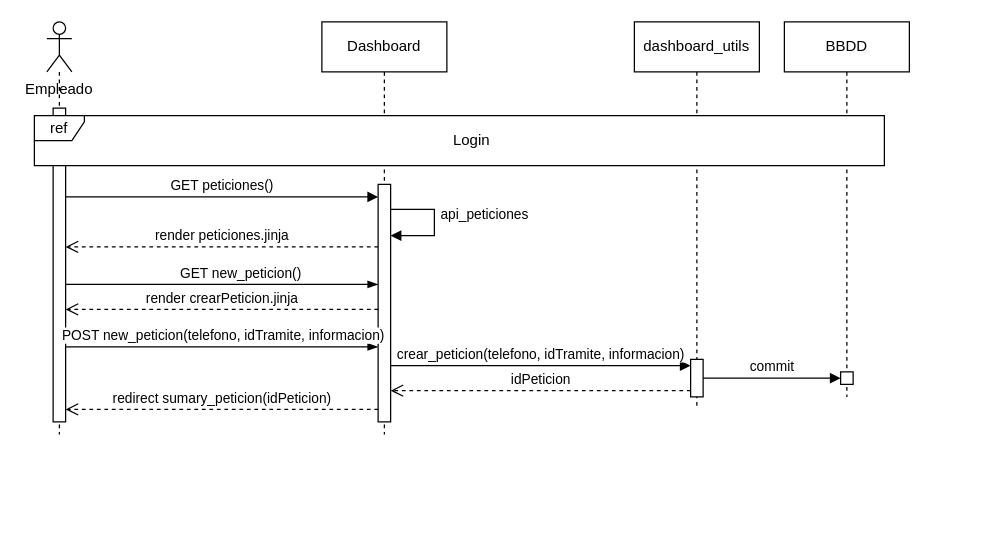
Earlier version of the draw.io diagram page "Secuencia Crear Peticion" (11 of 15) of documents/img/diagramas/TFG.drawio (humaral/tfg). Source tidied: cells renumbered, new cells numbered last; positions are measured from the earlier drawing's top-left corner, leaving out a move shared by most shapes. Both pictures are drawn from the tidied source at 125%, with x=0, y=0 at pixel (21, 21).
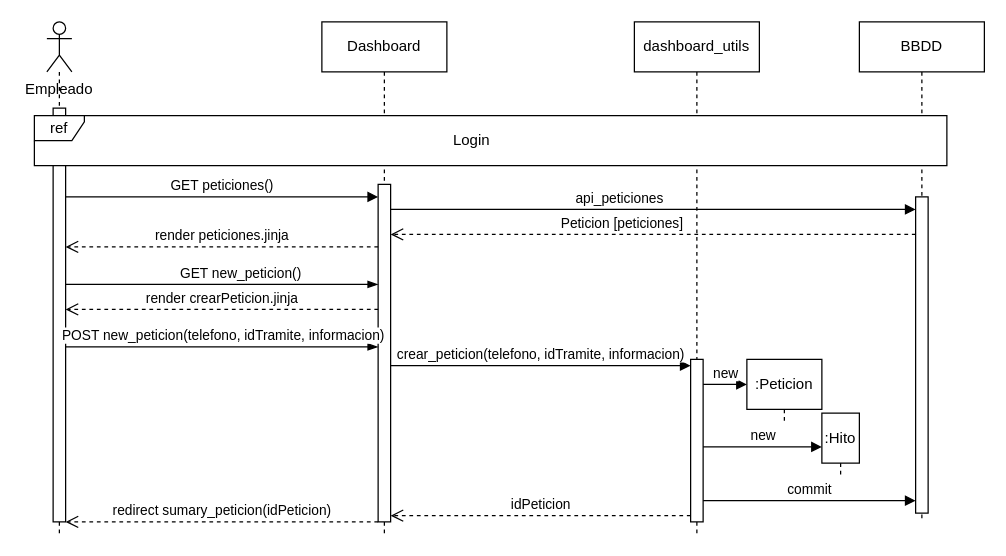
After the change.

Change to the diagram source:
```diff
@@
     <mxCell id="2" value="dashboard_utils" style="shape=umlLifeline;perimeter=lifelinePerimeter;whiteSpace=wrap;html=1;newEdgeStyle={&quot;curved&quot;:0,&quot;rounded&quot;:0};" parent="1" vertex="1">
-      <mxGeometry x="490" width="100" height="310" as="geometry" />
+      <mxGeometry x="490" width="100" height="410" as="geometry" />
     </mxCell>
     <mxCell id="3" style="html=1;points=[[0,0,0,0,5],[0,1,0,0,-5],[1,0,0,0,5],[1,1,0,0,-5]];perimeter=orthogonalPerimeter;outlineConnect=0;targetShapes=umlLifeline;portConstraint=eastwest;newEdgeStyle={&quot;curved&quot;:0,&quot;rounded&quot;:0};" parent="2" vertex="1">
-      <mxGeometry x="45" y="270" width="10" height="30" as="geometry" />
+      <mxGeometry x="45" y="270" width="10" height="130" as="geometry" />
     </mxCell>
     <mxCell id="4" style="shape=umlLifeline;perimeter=lifelinePerimeter;whiteSpace=wrap;html=1;newEdgeStyle={&quot;curved&quot;:0,&quot;rounded&quot;:0};participant=umlActor;" parent="1" vertex="1">
-      <mxGeometry x="20" width="20" height="330" as="geometry" />
+      <mxGeometry x="20" width="20" height="410" as="geometry" />
     </mxCell>
     <mxCell id="5" style="html=1;points=[[0,0,0,0,5],[0,1,0,0,-5],[1,0,0,0,5],[1,1,0,0,-5]];perimeter=orthogonalPerimeter;outlineConnect=0;targetShapes=umlLifeline;portConstraint=eastwest;newEdgeStyle={&quot;curved&quot;:0,&quot;rounded&quot;:0};" parent="4" vertex="1">
-      <mxGeometry x="5" y="69" width="10" height="251" as="geometry" />
+      <mxGeometry x="5" y="69" width="10" height="331" as="geometry" />
     </mxCell>
     <mxCell id="6" value="Dashboard" style="shape=umlLifeline;perimeter=lifelinePerimeter;whiteSpace=wrap;html=1;newEdgeStyle={&quot;edgeStyle&quot;:&quot;elbowEdgeStyle&quot;,&quot;elbow&quot;:&quot;vertical&quot;,&quot;curved&quot;:0,&quot;rounded&quot;:0};" parent="1" vertex="1">
-      <mxGeometry x="240" width="100" height="330" as="geometry" />
+      <mxGeometry x="240" width="100" height="410" as="geometry" />
     </mxCell>
     <mxCell id="7" style="html=1;points=[[0,0,0,0,5],[0,1,0,0,-5],[1,0,0,0,5],[1,1,0,0,-5]];perimeter=orthogonalPerimeter;outlineConnect=0;targetShapes=umlLifeline;portConstraint=eastwest;newEdgeStyle={&quot;curved&quot;:0,&quot;rounded&quot;:0};" parent="6" vertex="1">
-      <mxGeometry x="45" y="130" width="10" height="190" as="geometry" />
+      <mxGeometry x="45" y="130" width="10" height="270" as="geometry" />
     </mxCell>
-    <mxCell id="8" value="api_peticiones" style="html=1;verticalAlign=bottom;endArrow=block;curved=0;rounded=0;" parent="6" edge="1" source="7">
-      <mxGeometry x="0.05" y="40" relative="1" as="geometry">
-        <mxPoint x="55" y="171" as="targetPoint" />
-        <Array as="points">
-          <mxPoint x="70" y="150" />
-          <mxPoint x="90" y="150" />
-          <mxPoint x="90" y="171" />
-        </Array>
-      </mxGeometry>
-    </mxCell>
@@
     <mxCell id="11" value="BBDD" style="shape=umlLifeline;perimeter=lifelinePerimeter;whiteSpace=wrap;html=1;newEdgeStyle={&quot;curved&quot;:0,&quot;rounded&quot;:0};" parent="1" vertex="1">
-      <mxGeometry x="610" width="100" height="300" as="geometry" />
+      <mxGeometry x="670" width="100" height="400" as="geometry" />
     </mxCell>
+    <mxCell id="21" style="html=1;points=[[0,0,0,0,5],[0,1,0,0,-5],[1,0,0,0,5],[1,1,0,0,-5]];perimeter=orthogonalPerimeter;outlineConnect=0;targetShapes=umlLifeline;portConstraint=eastwest;newEdgeStyle={&quot;curved&quot;:0,&quot;rounded&quot;:0};" parent="11" vertex="1">
+      <mxGeometry x="45" y="140" width="10" height="253" as="geometry" />
+    </mxCell>
     <mxCell id="12" value="ref" style="shape=umlFrame;whiteSpace=wrap;html=1;gradientColor=none;strokeColor=default;swimlaneFillColor=default;width=40;height=20;" parent="1" vertex="1">
-      <mxGeometry x="10" y="75" width="680" height="40" as="geometry" />
+      <mxGeometry x="10" y="75" width="730" height="40" as="geometry" />
     </mxCell>
@@
-    <mxCell id="21" style="html=1;points=[[0,0,0,0,5],[0,1,0,0,-5],[1,0,0,0,5],[1,1,0,0,-5]];perimeter=orthogonalPerimeter;outlineConnect=0;targetShapes=umlLifeline;portConstraint=eastwest;newEdgeStyle={&quot;curved&quot;:0,&quot;rounded&quot;:0};" parent="1" vertex="1">
-      <mxGeometry x="655" y="280" width="10" height="10" as="geometry" />
-    </mxCell>
-    <mxCell id="22" value="commit" style="html=1;verticalAlign=bottom;endArrow=block;curved=0;rounded=0;entryX=0;entryY=0;entryDx=0;entryDy=5;entryPerimeter=0;" parent="1" edge="1" source="3" target="21">
-      <mxGeometry relative="1" as="geometry" />
-    </mxCell>
@@
     <mxCell id="24" value="redirect sumary_peticion(idPeticion)" style="html=1;verticalAlign=bottom;endArrow=open;dashed=1;endSize=8;curved=0;rounded=0;" parent="1" edge="1" source="7" target="5">
       <mxGeometry relative="1" as="geometry">
         <Array as="points">
-          <mxPoint x="160" y="310" />
+          <mxPoint x="170" y="400" />
         </Array>
       </mxGeometry>
     </mxCell>
+    <mxCell id="25" value=":Peticion" style="shape=umlLifeline;perimeter=lifelinePerimeter;whiteSpace=wrap;html=1;newEdgeStyle={&quot;edgeStyle&quot;:&quot;elbowEdgeStyle&quot;,&quot;elbow&quot;:&quot;vertical&quot;,&quot;curved&quot;:0,&quot;rounded&quot;:0};" parent="1" vertex="1">
+      <mxGeometry x="580" y="270" width="60" height="50" as="geometry" />
+    </mxCell>
+    <mxCell id="26" value=":Hito" style="shape=umlLifeline;perimeter=lifelinePerimeter;whiteSpace=wrap;html=1;newEdgeStyle={&quot;edgeStyle&quot;:&quot;elbowEdgeStyle&quot;,&quot;elbow&quot;:&quot;vertical&quot;,&quot;curved&quot;:0,&quot;rounded&quot;:0};" parent="1" vertex="1">
+      <mxGeometry x="640" y="313" width="30" height="50" as="geometry" />
+    </mxCell>
+    <mxCell id="27" value="new" style="html=1;verticalAlign=bottom;endArrow=block;curved=0;rounded=0;" parent="1" edge="1">
+      <mxGeometry relative="1" as="geometry">
+        <mxPoint x="545" y="290" as="sourcePoint" />
+        <mxPoint x="580" y="290" as="targetPoint" />
+      </mxGeometry>
+    </mxCell>
+    <mxCell id="28" value="new" style="html=1;verticalAlign=bottom;endArrow=block;curved=0;rounded=0;" parent="1" edge="1">
+      <mxGeometry relative="1" as="geometry">
+        <mxPoint x="545" y="340" as="sourcePoint" />
+        <mxPoint x="640" y="340" as="targetPoint" />
+      </mxGeometry>
+    </mxCell>
+    <mxCell id="22" value="commit" style="html=1;verticalAlign=bottom;endArrow=block;curved=0;rounded=0;" parent="1" edge="1" target="21">
+      <mxGeometry relative="1" as="geometry">
+        <mxPoint x="545" y="383" as="sourcePoint" />
+        <Array as="points">
+          <mxPoint x="630" y="383" />
+        </Array>
+      </mxGeometry>
+    </mxCell>
+    <mxCell id="8" value="api_peticiones" style="html=1;verticalAlign=bottom;endArrow=block;curved=0;rounded=0;" parent="1" edge="1" source="7" target="21">
+      <mxGeometry x="-0.13" relative="1" as="geometry">
+        <Array as="points">
+          <mxPoint x="310" y="150" />
+          <mxPoint x="410" y="150" />
+          <mxPoint x="460" y="150" />
+        </Array>
+      </mxGeometry>
+    </mxCell>
+    <mxCell id="29" value="Peticion [peticiones]" style="html=1;verticalAlign=bottom;endArrow=open;dashed=1;endSize=8;curved=0;rounded=0;" parent="1" edge="1" source="21" target="7">
+      <mxGeometry x="0.12" relative="1" as="geometry">
+        <Array as="points">
+          <mxPoint x="490" y="170" />
+        </Array>
+      </mxGeometry>
+    </mxCell>
```
